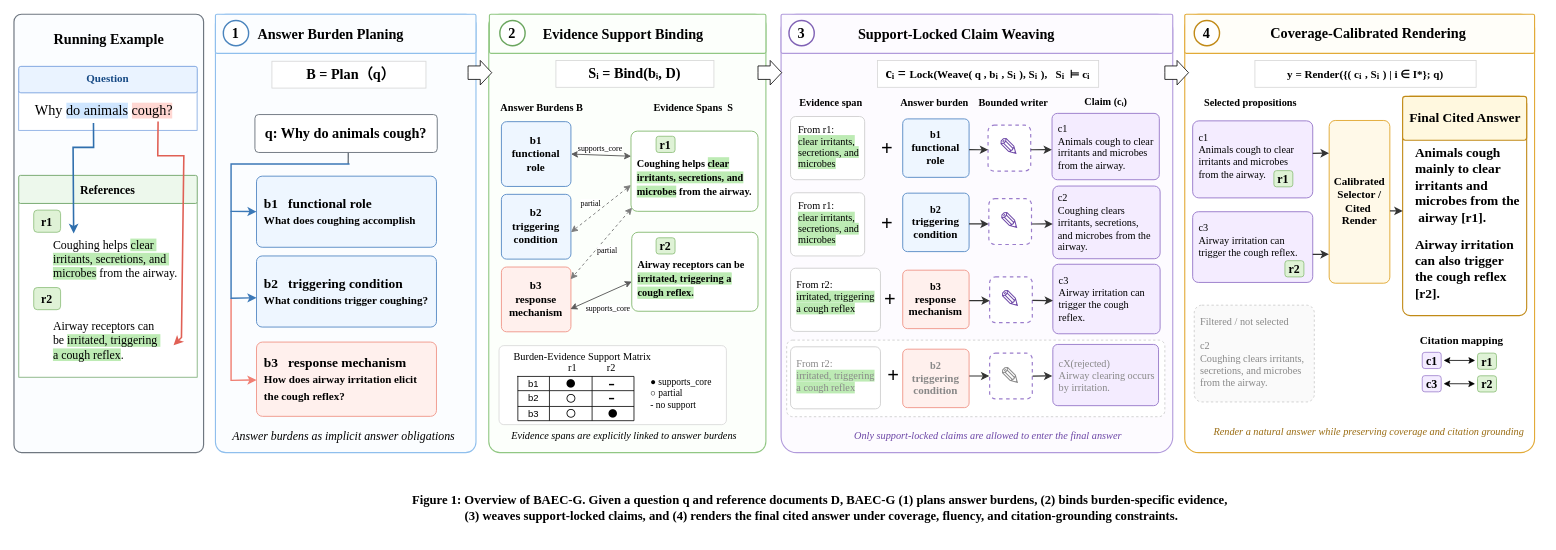
Before: page "图1 逻辑框架图" (1 of 6) of 260814小论文逻辑框架图.drawio in handsome-tony/picture, a draw.io diagram. Source tidied: cells renumbered, new cells numbered last; positions are measured from the earlier drawing's top-left corner, leaving out a move shared by most shapes. Both pictures are drawn from the tidied source at 79%, with x=0, y=0 at pixel (13, 13).
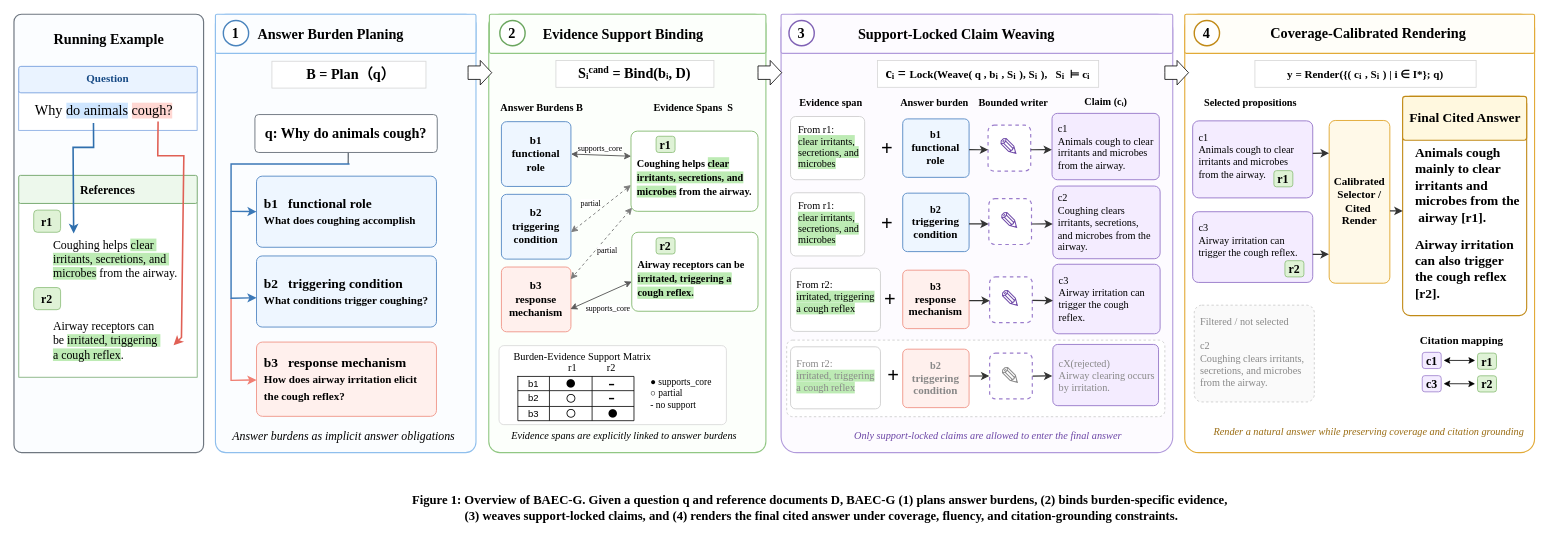
Above is the later version.

Commit message:
更新260814小论文逻辑框架图.drawio

What changed in the source:
```diff
@@
-    <mxCell id="34" value="Sᵢ = Bind(bᵢ, D)" style="rounded=0;whiteSpace=wrap;html=1;fillColor=#ffffff;strokeColor=#d6d6d6;fontFamily=Times New Roman;fontSize=18;fontStyle=1;" parent="1" vertex="1">
+    <mxCell id="34" value="Sᵢ&lt;span style=&quot;font-size: 15px;&quot;&gt;&lt;sup&gt;cand&lt;/sup&gt;&lt;/span&gt;&amp;nbsp;= Bind(bᵢ, D)" style="rounded=0;whiteSpace=wrap;html=1;fillColor=#ffffff;strokeColor=#d6d6d6;fontFamily=Times New Roman;fontSize=18;fontStyle=1;" parent="1" vertex="1">
       <mxGeometry x="686.2" y="59" width="200" height="34" as="geometry" />
     </mxCell>
```
